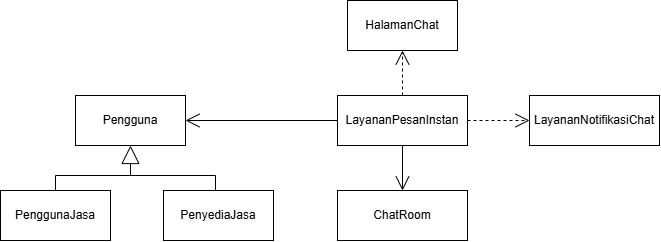
The draw.io diagram docs/M4/assets/diagram/UC08.png in EdwTorch/IF2150-RPL-K01-G03, before a commit. Source tidied: cells renumbered, new cells last; positions are measured from the earlier drawing's top-left corner, leaving out a move shared by most shapes. Source of this version:
```xml
<mxGraphModel>
  <root>
    <mxCell id="0" />
    <mxCell id="1" parent="0" />
    <mxCell id="2" value="Pengguna" style="html=1;whiteSpace=wrap;" parent="1" vertex="1">
      <mxGeometry x="75" y="95" width="110" height="50" as="geometry" />
    </mxCell>
    <mxCell id="3" value="PenggunaJasa" style="html=1;whiteSpace=wrap;" parent="1" vertex="1">
      <mxGeometry y="190" width="110" height="50" as="geometry" />
    </mxCell>
    <mxCell id="4" value="PenyediaJasa" style="html=1;whiteSpace=wrap;" parent="1" vertex="1">
      <mxGeometry x="163" y="190" width="110" height="50" as="geometry" />
    </mxCell>
    <mxCell id="5" style="endArrow=block;endSize=16;endFill=0;html=1;rounded=0;entryX=0.5;entryY=1;entryDx=0;entryDy=0;" parent="1" edge="1" target="2">
      <mxGeometry relative="1" as="geometry">
        <mxPoint x="55" y="175" as="sourcePoint" />
        <Array as="points">
          <mxPoint x="130" y="175" />
        </Array>
      </mxGeometry>
    </mxCell>
    <mxCell id="6" style="endArrow=none;html=1;rounded=0;" parent="1" edge="1">
      <mxGeometry relative="1" as="geometry">
        <mxPoint x="130.5" y="175" as="sourcePoint" />
        <mxPoint x="215" y="175" as="targetPoint" />
      </mxGeometry>
    </mxCell>
    <mxCell id="7" style="endArrow=none;html=1;rounded=0;exitX=0.5;exitY=0;exitDx=0;exitDy=0;" parent="1" edge="1" source="3">
      <mxGeometry relative="1" as="geometry">
        <mxPoint x="55" y="175" as="targetPoint" />
      </mxGeometry>
    </mxCell>
    <mxCell id="8" style="endArrow=none;html=1;rounded=0;exitX=0.5;exitY=0;exitDx=0;exitDy=0;" parent="1" edge="1">
      <mxGeometry relative="1" as="geometry">
        <mxPoint x="215" y="190" as="sourcePoint" />
        <mxPoint x="215" y="175" as="targetPoint" />
      </mxGeometry>
    </mxCell>
    <mxCell id="9" value="HalamanChat" style="html=1;whiteSpace=wrap;" parent="1" vertex="1">
      <mxGeometry x="347" width="110" height="50" as="geometry" />
    </mxCell>
    <mxCell id="10" value="LayananPesanInstan" style="html=1;whiteSpace=wrap;" parent="1" vertex="1">
      <mxGeometry x="337" y="95" width="130" height="50" as="geometry" />
    </mxCell>
    <mxCell id="11" value="ChatRoom" style="html=1;whiteSpace=wrap;" parent="1" vertex="1">
      <mxGeometry x="337" y="190" width="130" height="50" as="geometry" />
    </mxCell>
    <mxCell id="12" value="LayananNotifikasiChat" style="html=1;whiteSpace=wrap;" parent="1" vertex="1">
      <mxGeometry x="529" y="95" width="130" height="50" as="geometry" />
    </mxCell>
    <mxCell id="13" style="endArrow=open;endSize=12;dashed=1;html=1;rounded=0;exitX=1;exitY=0.5;exitDx=0;exitDy=0;entryX=0;entryY=0.5;entryDx=0;entryDy=0;" parent="1" edge="1" source="10" target="12">
      <mxGeometry relative="1" as="geometry" />
    </mxCell>
    <mxCell id="14" style="endArrow=open;endFill=1;endSize=12;html=1;rounded=0;exitX=0.5;exitY=1;exitDx=0;exitDy=0;entryX=0.5;entryY=0;entryDx=0;entryDy=0;" parent="1" edge="1" source="10" target="11">
      <mxGeometry relative="1" as="geometry" />
    </mxCell>
    <mxCell id="15" style="endArrow=open;endFill=1;endSize=12;html=1;rounded=0;exitX=0;exitY=0.5;exitDx=0;exitDy=0;entryX=1;entryY=0.5;entryDx=0;entryDy=0;" parent="1" edge="1" source="10" target="2">
      <mxGeometry relative="1" as="geometry" />
    </mxCell>
    <mxCell id="16" style="endArrow=open;endSize=12;dashed=1;html=1;rounded=0;exitX=0.5;exitY=0;exitDx=0;exitDy=0;entryX=0.5;entryY=1;entryDx=0;entryDy=0;" parent="1" edge="1" source="10" target="9">
      <mxGeometry relative="1" as="geometry" />
    </mxCell>
  </root>
</mxGraphModel>
```
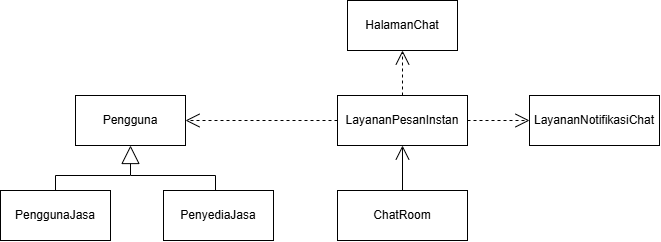
The same file after the commit.

What changed in the source:
```diff
@@ -51,10 +51,10 @@
     <mxCell id="13" style="endArrow=open;endSize=12;dashed=1;html=1;rounded=0;exitX=1;exitY=0.5;exitDx=0;exitDy=0;entryX=0;entryY=0.5;entryDx=0;entryDy=0;" parent="1" edge="1" source="10" target="12">
       <mxGeometry relative="1" as="geometry" />
     </mxCell>
-    <mxCell id="14" style="endArrow=open;endFill=1;endSize=12;html=1;rounded=0;exitX=0.5;exitY=1;exitDx=0;exitDy=0;entryX=0.5;entryY=0;entryDx=0;entryDy=0;" parent="1" edge="1" source="10" target="11">
+    <mxCell id="14" style="endArrow=open;endFill=1;endSize=12;html=1;rounded=0;exitX=0.5;exitY=0;exitDx=0;exitDy=0;entryX=0.5;entryY=1;entryDx=0;entryDy=0;" parent="1" edge="1" source="11" target="10">
       <mxGeometry relative="1" as="geometry" />
     </mxCell>
-    <mxCell id="15" style="endArrow=open;endFill=1;endSize=12;html=1;rounded=0;exitX=0;exitY=0.5;exitDx=0;exitDy=0;entryX=1;entryY=0.5;entryDx=0;entryDy=0;" parent="1" edge="1" source="10" target="2">
+    <mxCell id="15" style="endArrow=open;endFill=1;endSize=12;html=1;rounded=0;exitX=0;exitY=0.5;exitDx=0;exitDy=0;entryX=1;entryY=0.5;entryDx=0;entryDy=0;dashed=1;" parent="1" edge="1" source="10" target="2">
       <mxGeometry relative="1" as="geometry" />
     </mxCell>
     <mxCell id="16" style="endArrow=open;endSize=12;dashed=1;html=1;rounded=0;exitX=0.5;exitY=0;exitDx=0;exitDy=0;entryX=0.5;entryY=1;entryDx=0;entryDy=0;" parent="1" edge="1" source="10" target="9">
```
